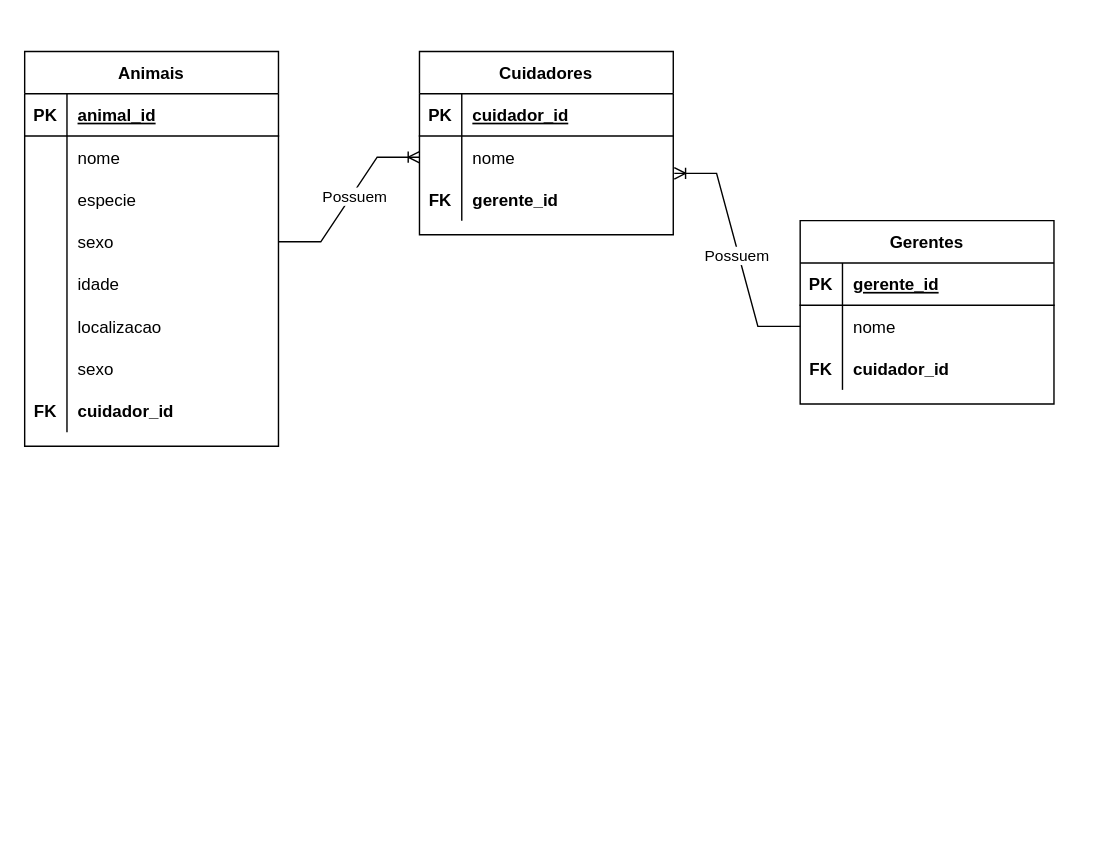
The draw.io diagram back-end/bloco21-funcoes-sql-joins-e-normalizacao/dia03-transformando-ideias-em-um-modelo-de-banco-de-dados/Untitled Diagram.drawio in thomasravache/trybe-learnings, before the edit. Source tidied: cells renumbered, new cells numbered last; positions are measured from the earlier drawing's top-left corner, leaving out a move shared by most shapes. Both pictures are drawn from the tidied source at 141%, with x=0, y=0 at pixel (24, 51).
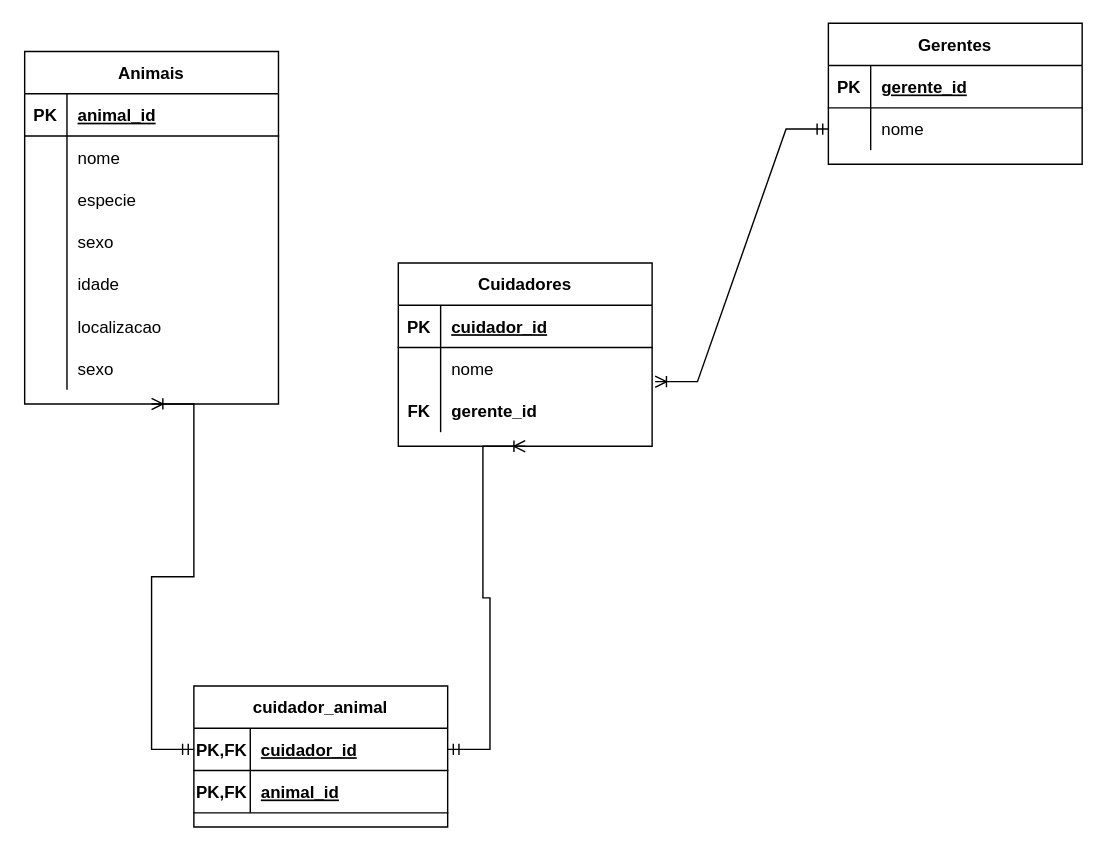
Above is the later version.

Commit message:
modelagem_zoologico

Unchanged cells that the change refers to:
```xml
<mxCell id="12" style="shape=partialRectangle;fillColor=none;top=0;left=0;bottom=0;right=0;points=[[0,0.5],[1,0.5]];portConstraint=eastwest;" parent="2" vertex="1">
  <mxGeometry y="120" width="180" height="30" as="geometry" />
</mxCell>
<mxCell id="31" style="shape=partialRectangle;fillColor=none;top=0;left=0;bottom=0;right=0;points=[[0,0.5],[1,0.5]];portConstraint=eastwest;" parent="27" vertex="1">
  <mxGeometry y="60" width="180" height="30" as="geometry" />
</mxCell>
<mxCell id="41" style="shape=partialRectangle;fillColor=none;top=0;left=0;bottom=0;right=0;points=[[0,0.5],[1,0.5]];portConstraint=eastwest;" parent="37" vertex="1">
  <mxGeometry y="60" width="180" height="30" as="geometry" />
</mxCell>
```

Diff of the diagram source:
```diff
@@
     <mxCell id="2" value="Animais" style="shape=table;startSize=30;childLayout=tableLayout;rowLines=0;fontStyle=1;align=center;" parent="1" vertex="1">
-      <mxGeometry width="180" height="280" as="geometry" />
+      <mxGeometry width="180" height="250" as="geometry" />
     </mxCell>
@@
-    <mxCell id="24" style="shape=partialRectangle;fillColor=none;top=0;left=0;bottom=0;right=0;" parent="2" vertex="1">
-      <mxGeometry y="240" width="180" height="30" as="geometry" />
-    </mxCell>
-    <mxCell id="25" value="FK" style="shape=partialRectangle;fillColor=none;top=0;left=0;bottom=0;right=0;overflow=hidden;fontStyle=1;" parent="24" vertex="1">
-      <mxGeometry width="30" height="30" as="geometry" />
-    </mxCell>
-    <mxCell id="26" value="cuidador_id" style="shape=partialRectangle;fillColor=none;top=0;left=0;bottom=0;right=0;align=left;spacingLeft=6;overflow=hidden;fontStyle=1;" parent="24" vertex="1">
-      <mxGeometry x="30" width="150" height="30" as="geometry" />
-    </mxCell>
     <mxCell id="27" value="Cuidadores" style="shape=table;startSize=30;childLayout=tableLayout;rowLines=0;fontStyle=1;align=center;" parent="1" vertex="1">
-      <mxGeometry x="280" width="180" height="130" as="geometry" />
+      <mxGeometry x="265" y="150" width="180" height="130" as="geometry" />
     </mxCell>
@@
     <mxCell id="37" value="Gerentes" style="shape=table;startSize=30;childLayout=tableLayout;rowLines=0;fontStyle=1;align=center;" parent="1" vertex="1">
-      <mxGeometry x="550" y="120" width="180" height="130" as="geometry" />
+      <mxGeometry x="570" y="-20" width="180" height="100" as="geometry" />
     </mxCell>
@@
-    <mxCell id="44" style="shape=partialRectangle;fillColor=none;top=0;left=0;bottom=0;right=0;" parent="37" vertex="1">
-      <mxGeometry y="90" width="180" height="30" as="geometry" />
-    </mxCell>
-    <mxCell id="45" value="FK" style="shape=partialRectangle;fillColor=none;top=0;left=0;bottom=0;right=0;overflow=hidden;fontStyle=1;" parent="44" vertex="1">
-      <mxGeometry width="30" height="30" as="geometry" />
-    </mxCell>
-    <mxCell id="46" value="cuidador_id" style="shape=partialRectangle;fillColor=none;top=0;left=0;bottom=0;right=0;align=left;spacingLeft=6;overflow=hidden;fontStyle=1;" parent="44" vertex="1">
-      <mxGeometry x="30" width="150" height="30" as="geometry" />
-    </mxCell>
-    <mxCell id="47" style="edgeStyle=entityRelationEdgeStyle;fontSize=12;html=1;endArrow=ERoneToMany;rounded=0;exitX=1;exitY=0.5;exitDx=0;exitDy=0;" parent="1" edge="1" source="12" target="31">
-      <mxGeometry relative="1" as="geometry" />
-    </mxCell>
-    <mxCell id="48" value="Possuem" style="edgeLabel;html=1;align=center;verticalAlign=middle;" parent="47" vertex="1">
-      <mxGeometry x="0.06" y="-1" relative="1" as="geometry" />
-    </mxCell>
+    <mxCell id="51" value="cuidador_animal" style="shape=table;startSize=30;childLayout=tableLayout;rowLines=0;fontStyle=1;align=center;" parent="1" vertex="1">
+      <mxGeometry x="120" y="450" width="180" height="100" as="geometry" />
+    </mxCell>
+    <mxCell id="52" style="shape=partialRectangle;fillColor=none;top=0;left=0;bottom=1;right=0;points=[[0,0.5],[1,0.5]];portConstraint=eastwest;" parent="51" vertex="1">
+      <mxGeometry y="30" width="180" height="30" as="geometry" />
+    </mxCell>
+    <mxCell id="53" value="PK,FK" style="shape=partialRectangle;fillColor=none;top=0;left=0;bottom=0;right=0;fontStyle=1;overflow=hidden;" parent="52" vertex="1">
+      <mxGeometry width="40" height="30" as="geometry" />
+    </mxCell>
+    <mxCell id="54" value="cuidador_id" style="shape=partialRectangle;fillColor=none;top=0;left=0;bottom=0;right=0;align=left;spacingLeft=6;fontStyle=5;overflow=hidden;" parent="52" vertex="1">
+      <mxGeometry x="40" width="140" height="30" as="geometry" />
+    </mxCell>
+    <mxCell id="55" style="shape=partialRectangle;fillColor=none;top=0;left=0;bottom=1;right=0;" parent="51" vertex="1">
+      <mxGeometry y="60" width="180" height="30" as="geometry" />
+    </mxCell>
+    <mxCell id="56" value="PK,FK" style="shape=partialRectangle;fillColor=none;top=0;left=0;bottom=0;right=0;fontStyle=1;overflow=hidden;" parent="55" vertex="1">
+      <mxGeometry width="40" height="30" as="geometry" />
+    </mxCell>
+    <mxCell id="57" value="animal_id" style="shape=partialRectangle;fillColor=none;top=0;left=0;bottom=0;right=0;align=left;spacingLeft=6;fontStyle=5;overflow=hidden;" parent="55" vertex="1">
+      <mxGeometry x="40" width="140" height="30" as="geometry" />
+    </mxCell>
+    <mxCell id="58" style="edgeStyle=entityRelationEdgeStyle;fontSize=12;html=1;endArrow=ERoneToMany;startArrow=ERmandOne;rounded=0;exitX=0;exitY=0.5;exitDx=0;exitDy=0;entryX=0.5;entryY=1;entryDx=0;entryDy=0;" parent="1" edge="1" source="52" target="2">
+      <mxGeometry relative="1" as="geometry" />
+    </mxCell>
+    <mxCell id="59" style="edgeStyle=entityRelationEdgeStyle;fontSize=12;html=1;endArrow=ERoneToMany;startArrow=ERmandOne;rounded=0;exitX=1;exitY=0.5;exitDx=0;exitDy=0;entryX=0.5;entryY=1;entryDx=0;entryDy=0;" parent="1" edge="1" source="52" target="27">
+      <mxGeometry relative="1" as="geometry" />
+    </mxCell>
-    <mxCell id="49" style="edgeStyle=entityRelationEdgeStyle;fontSize=12;html=1;endArrow=ERoneToMany;rounded=0;exitX=0;exitY=0.5;exitDx=0;exitDy=0;entryX=1.004;entryY=0.882;entryDx=0;entryDy=0;entryPerimeter=0;" parent="1" edge="1" source="41" target="31">
+    <mxCell id="49" style="edgeStyle=entityRelationEdgeStyle;fontSize=12;html=1;endArrow=ERoneToMany;startArrow=ERmandOne;rounded=0;exitX=0;exitY=0.5;exitDx=0;exitDy=0;entryX=1.012;entryY=0.806;entryDx=0;entryDy=0;entryPerimeter=0;" parent="1" edge="1" source="41" target="31">
       <mxGeometry relative="1" as="geometry" />
     </mxCell>
-    <mxCell id="50" value="Possuem" style="edgeLabel;html=1;align=center;verticalAlign=middle;" parent="49" vertex="1">
-      <mxGeometry x="-0.04" y="2" relative="1" as="geometry" />
-    </mxCell>
```
